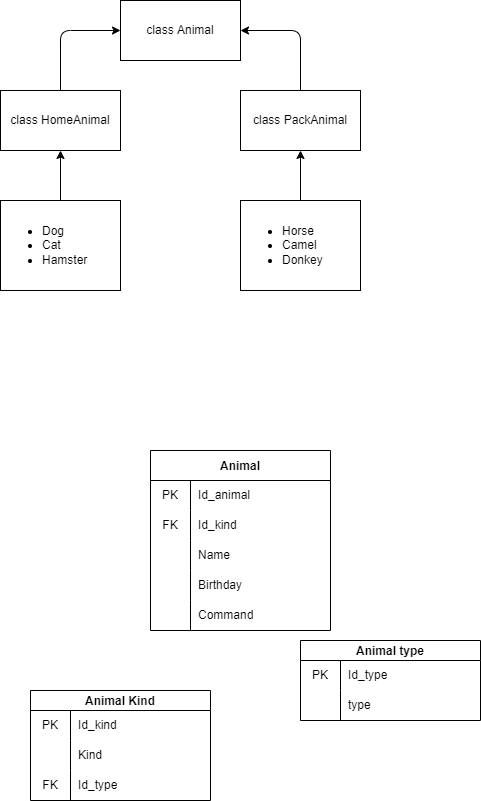
The draw.io diagram Diagram.drawio.png in StaciBunx/finaltest, before a commit. Source tidied: cells renumbered, new cells last; positions are measured from the earlier drawing's top-left corner, leaving out a move shared by most shapes. The source it was exported from:
```xml
<mxGraphModel>
  <root>
    <mxCell id="0" />
    <mxCell id="1" parent="0" />
    <mxCell id="2" value="class Animal" style="rounded=0;whiteSpace=wrap;html=1;" parent="1" vertex="1">
      <mxGeometry x="120" width="120" height="60" as="geometry" />
    </mxCell>
    <mxCell id="3" value="class HomeAnimal" style="rounded=0;whiteSpace=wrap;html=1;" parent="1" vertex="1">
      <mxGeometry y="90" width="120" height="60" as="geometry" />
    </mxCell>
    <mxCell id="4" value="class PackAnimal" style="rounded=0;whiteSpace=wrap;html=1;" parent="1" vertex="1">
      <mxGeometry x="240" y="90" width="120" height="60" as="geometry" />
    </mxCell>
    <mxCell id="5" style="edgeStyle=none;html=1;" parent="1" edge="1" source="6" target="3">
      <mxGeometry relative="1" as="geometry" />
    </mxCell>
    <mxCell id="6" value="&lt;div&gt;&lt;ul&gt;&lt;li&gt;Dog&lt;/li&gt;&lt;li&gt;Cat&lt;/li&gt;&lt;li&gt;Hamster&lt;/li&gt;&lt;/ul&gt;&lt;/div&gt;" style="rounded=0;whiteSpace=wrap;html=1;align=left;" parent="1" vertex="1">
      <mxGeometry y="200" width="120" height="90" as="geometry" />
    </mxCell>
    <mxCell id="7" style="edgeStyle=none;html=1;" parent="1" edge="1" source="8" target="4">
      <mxGeometry relative="1" as="geometry" />
    </mxCell>
    <mxCell id="8" value="&lt;ul&gt;&lt;li&gt;&lt;span style=&quot;background-color: initial;&quot;&gt;Horse&lt;/span&gt;&lt;/li&gt;&lt;li&gt;&lt;span style=&quot;background-color: initial;&quot;&gt;Camel&lt;/span&gt;&lt;br&gt;&lt;/li&gt;&lt;li&gt;Donkey&lt;br&gt;&lt;/li&gt;&lt;/ul&gt;" style="rounded=0;whiteSpace=wrap;html=1;align=left;" parent="1" vertex="1">
      <mxGeometry x="240" y="200" width="120" height="90" as="geometry" />
    </mxCell>
    <mxCell id="9" style="endArrow=classic;html=1;exitX=0.5;exitY=0;exitDx=0;exitDy=0;entryX=1;entryY=0.5;entryDx=0;entryDy=0;" parent="1" edge="1" source="4" target="2">
      <mxGeometry relative="1" as="geometry">
        <Array as="points">
          <mxPoint x="300" y="30" />
        </Array>
      </mxGeometry>
    </mxCell>
    <mxCell id="10" style="endArrow=classic;html=1;entryX=0;entryY=0.5;entryDx=0;entryDy=0;" parent="1" edge="1" target="2">
      <mxGeometry relative="1" as="geometry">
        <mxPoint x="60" y="90" as="sourcePoint" />
        <Array as="points">
          <mxPoint x="60" y="30" />
        </Array>
      </mxGeometry>
    </mxCell>
    <mxCell id="11" value="Animal" style="shape=table;startSize=30;rowLines=0;fontStyle=1;" parent="1" vertex="1">
      <mxGeometry x="150" y="450" width="180" height="180" as="geometry" />
    </mxCell>
    <mxCell id="12" style="shape=tableRow;horizontal=0;startSize=0;swimlaneHead=0;swimlaneBody=0;top=0;left=0;bottom=0;right=0;fillColor=none;" parent="11" vertex="1">
      <mxGeometry y="30" width="180" height="30" as="geometry" />
    </mxCell>
    <mxCell id="13" value="PK" style="shape=partialRectangle;html=1;whiteSpace=wrap;fillColor=none;top=0;left=0;bottom=0;right=0;overflow=hidden;" parent="12" vertex="1">
      <mxGeometry width="40" height="30" as="geometry" />
    </mxCell>
    <mxCell id="14" value="Id_animal&amp;nbsp;" style="shape=partialRectangle;html=1;whiteSpace=wrap;fillColor=none;top=0;left=0;bottom=0;right=0;align=left;spacingLeft=6;overflow=hidden;" parent="12" vertex="1">
      <mxGeometry x="40" width="140" height="30" as="geometry" />
    </mxCell>
    <mxCell id="15" style="shape=tableRow;horizontal=0;startSize=0;swimlaneHead=0;swimlaneBody=0;top=0;left=0;bottom=0;right=0;fillColor=none;points=[[0,0.5],[1,0.5]];portConstraint=eastwest;" parent="11" vertex="1">
      <mxGeometry y="60" width="180" height="30" as="geometry" />
    </mxCell>
    <mxCell id="16" value="FK" style="shape=partialRectangle;html=1;whiteSpace=wrap;fillColor=none;top=0;left=0;bottom=0;right=0;overflow=hidden;" parent="15" vertex="1">
      <mxGeometry width="40" height="30" as="geometry" />
    </mxCell>
    <mxCell id="17" value="Id_kind" style="shape=partialRectangle;html=1;whiteSpace=wrap;fillColor=none;top=0;left=0;bottom=0;right=0;align=left;spacingLeft=6;overflow=hidden;" parent="15" vertex="1">
      <mxGeometry x="40" width="140" height="30" as="geometry" />
    </mxCell>
    <mxCell id="18" style="shape=tableRow;horizontal=0;startSize=0;swimlaneHead=0;swimlaneBody=0;top=0;left=0;bottom=0;right=0;fillColor=none;" parent="11" vertex="1">
      <mxGeometry y="90" width="180" height="30" as="geometry" />
    </mxCell>
    <mxCell id="19" style="shape=partialRectangle;html=1;whiteSpace=wrap;fillColor=none;top=0;left=0;bottom=0;right=0;overflow=hidden;" parent="18" vertex="1">
      <mxGeometry width="40" height="30" as="geometry" />
    </mxCell>
    <mxCell id="20" value="Name" style="shape=partialRectangle;html=1;whiteSpace=wrap;fillColor=none;top=0;left=0;bottom=0;right=0;align=left;spacingLeft=6;overflow=hidden;" parent="18" vertex="1">
      <mxGeometry x="40" width="140" height="30" as="geometry" />
    </mxCell>
    <mxCell id="21" style="shape=tableRow;horizontal=0;startSize=0;swimlaneHead=0;swimlaneBody=0;top=0;left=0;bottom=0;right=0;fillColor=none;" parent="11" vertex="1">
      <mxGeometry y="120" width="180" height="30" as="geometry" />
    </mxCell>
    <mxCell id="22" style="shape=partialRectangle;html=1;whiteSpace=wrap;fillColor=none;top=0;left=0;bottom=0;right=0;overflow=hidden;" parent="21" vertex="1">
      <mxGeometry width="40" height="30" as="geometry" />
    </mxCell>
    <mxCell id="23" value="Birthday" style="shape=partialRectangle;html=1;whiteSpace=wrap;fillColor=none;top=0;left=0;bottom=0;right=0;align=left;spacingLeft=6;overflow=hidden;" parent="21" vertex="1">
      <mxGeometry x="40" width="140" height="30" as="geometry" />
    </mxCell>
    <mxCell id="24" style="shape=tableRow;horizontal=0;startSize=0;swimlaneHead=0;swimlaneBody=0;top=0;left=0;bottom=0;right=0;fillColor=none;" parent="11" vertex="1">
      <mxGeometry y="150" width="180" height="30" as="geometry" />
    </mxCell>
    <mxCell id="25" style="shape=partialRectangle;html=1;whiteSpace=wrap;fillColor=none;top=0;left=0;bottom=0;right=0;overflow=hidden;" parent="24" vertex="1">
      <mxGeometry width="40" height="30" as="geometry" />
    </mxCell>
    <mxCell id="26" value="Command" style="shape=partialRectangle;html=1;whiteSpace=wrap;fillColor=none;top=0;left=0;bottom=0;right=0;align=left;spacingLeft=6;overflow=hidden;" parent="24" vertex="1">
      <mxGeometry x="40" width="140" height="30" as="geometry" />
    </mxCell>
    <mxCell id="27" value="Animal Kind" style="shape=table;startSize=20;rowLines=0;fontStyle=1;" parent="1" vertex="1">
      <mxGeometry x="30" y="690" width="180" height="110" as="geometry" />
    </mxCell>
    <mxCell id="28" style="shape=tableRow;horizontal=0;startSize=0;swimlaneHead=0;swimlaneBody=0;top=0;left=0;bottom=0;right=0;fillColor=none;points=[[0,0.5],[1,0.5]];portConstraint=eastwest;" parent="27" vertex="1">
      <mxGeometry y="20" width="180" height="30" as="geometry" />
    </mxCell>
    <mxCell id="29" value="PK" style="shape=partialRectangle;html=1;whiteSpace=wrap;fillColor=none;top=0;left=0;bottom=0;right=0;overflow=hidden;" parent="28" vertex="1">
      <mxGeometry width="40" height="30" as="geometry" />
    </mxCell>
    <mxCell id="30" value="Id_kind" style="shape=partialRectangle;html=1;whiteSpace=wrap;fillColor=none;top=0;left=0;bottom=0;right=0;align=left;spacingLeft=6;overflow=hidden;" parent="28" vertex="1">
      <mxGeometry x="40" width="140" height="30" as="geometry" />
    </mxCell>
    <mxCell id="31" style="shape=tableRow;horizontal=0;startSize=0;swimlaneHead=0;swimlaneBody=0;top=0;left=0;bottom=0;right=0;fillColor=none;" parent="27" vertex="1">
      <mxGeometry y="50" width="180" height="30" as="geometry" />
    </mxCell>
    <mxCell id="32" style="shape=partialRectangle;html=1;whiteSpace=wrap;fillColor=none;top=0;left=0;bottom=0;right=0;overflow=hidden;" parent="31" vertex="1">
      <mxGeometry width="40" height="30" as="geometry" />
    </mxCell>
    <mxCell id="33" value="Kind" style="shape=partialRectangle;html=1;whiteSpace=wrap;fillColor=none;top=0;left=0;bottom=0;right=0;align=left;spacingLeft=6;overflow=hidden;" parent="31" vertex="1">
      <mxGeometry x="40" width="140" height="30" as="geometry" />
    </mxCell>
    <mxCell id="34" style="shape=tableRow;horizontal=0;startSize=0;swimlaneHead=0;swimlaneBody=0;top=0;left=0;bottom=0;right=0;fillColor=none;points=[[0,0.5],[1,0.5]];portConstraint=eastwest;" parent="27" vertex="1">
      <mxGeometry y="80" width="180" height="30" as="geometry" />
    </mxCell>
    <mxCell id="35" value="FK" style="shape=partialRectangle;html=1;whiteSpace=wrap;fillColor=none;top=0;left=0;bottom=0;right=0;overflow=hidden;" parent="34" vertex="1">
      <mxGeometry width="40" height="30" as="geometry" />
    </mxCell>
    <mxCell id="36" value="Id_type" style="shape=partialRectangle;html=1;whiteSpace=wrap;fillColor=none;top=0;left=0;bottom=0;right=0;align=left;spacingLeft=6;overflow=hidden;" parent="34" vertex="1">
      <mxGeometry x="40" width="140" height="30" as="geometry" />
    </mxCell>
    <mxCell id="37" value="Animal type" style="shape=table;startSize=20;rowLines=0;fontStyle=1;" parent="1" vertex="1">
      <mxGeometry x="300" y="640" width="180" height="80" as="geometry" />
    </mxCell>
    <mxCell id="38" style="shape=tableRow;horizontal=0;startSize=0;swimlaneHead=0;swimlaneBody=0;top=0;left=0;bottom=0;right=0;fillColor=none;points=[[0,0.5],[1,0.5]];portConstraint=eastwest;" parent="37" vertex="1">
      <mxGeometry y="20" width="180" height="30" as="geometry" />
    </mxCell>
    <mxCell id="39" value="PK" style="shape=partialRectangle;html=1;whiteSpace=wrap;fillColor=none;top=0;left=0;bottom=0;right=0;overflow=hidden;" parent="38" vertex="1">
      <mxGeometry width="40" height="30" as="geometry" />
    </mxCell>
    <mxCell id="40" value="Id_type" style="shape=partialRectangle;html=1;whiteSpace=wrap;fillColor=none;top=0;left=0;bottom=0;right=0;align=left;spacingLeft=6;overflow=hidden;" parent="38" vertex="1">
      <mxGeometry x="40" width="140" height="30" as="geometry" />
    </mxCell>
    <mxCell id="41" style="shape=tableRow;horizontal=0;startSize=0;swimlaneHead=0;swimlaneBody=0;top=0;left=0;bottom=0;right=0;fillColor=none;" parent="37" vertex="1">
      <mxGeometry y="50" width="180" height="30" as="geometry" />
    </mxCell>
    <mxCell id="42" style="shape=partialRectangle;html=1;whiteSpace=wrap;fillColor=none;top=0;left=0;bottom=0;right=0;overflow=hidden;" parent="41" vertex="1">
      <mxGeometry width="40" height="30" as="geometry" />
    </mxCell>
    <mxCell id="43" value="type" style="shape=partialRectangle;html=1;whiteSpace=wrap;fillColor=none;top=0;left=0;bottom=0;right=0;align=left;spacingLeft=6;overflow=hidden;" parent="41" vertex="1">
      <mxGeometry x="40" width="140" height="30" as="geometry" />
    </mxCell>
  </root>
</mxGraphModel>
```
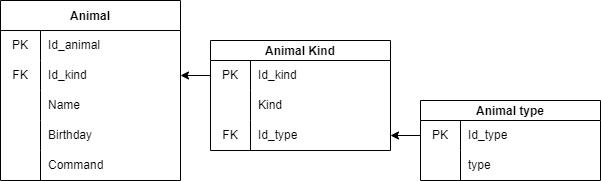
The same file after the commit.

The edit, as a diff of the source:
```diff
@@ -2,44 +2,8 @@
   <root>
     <mxCell id="0" />
     <mxCell id="1" parent="0" />
-    <mxCell id="2" value="class Animal" style="rounded=0;whiteSpace=wrap;html=1;" parent="1" vertex="1">
-      <mxGeometry x="120" width="120" height="60" as="geometry" />
-    </mxCell>
-    <mxCell id="3" value="class HomeAnimal" style="rounded=0;whiteSpace=wrap;html=1;" parent="1" vertex="1">
-      <mxGeometry y="90" width="120" height="60" as="geometry" />
-    </mxCell>
-    <mxCell id="4" value="class PackAnimal" style="rounded=0;whiteSpace=wrap;html=1;" parent="1" vertex="1">
-      <mxGeometry x="240" y="90" width="120" height="60" as="geometry" />
-    </mxCell>
-    <mxCell id="5" style="edgeStyle=none;html=1;" parent="1" edge="1" source="6" target="3">
-      <mxGeometry relative="1" as="geometry" />
-    </mxCell>
-    <mxCell id="6" value="&lt;div&gt;&lt;ul&gt;&lt;li&gt;Dog&lt;/li&gt;&lt;li&gt;Cat&lt;/li&gt;&lt;li&gt;Hamster&lt;/li&gt;&lt;/ul&gt;&lt;/div&gt;" style="rounded=0;whiteSpace=wrap;html=1;align=left;" parent="1" vertex="1">
-      <mxGeometry y="200" width="120" height="90" as="geometry" />
-    </mxCell>
-    <mxCell id="7" style="edgeStyle=none;html=1;" parent="1" edge="1" source="8" target="4">
-      <mxGeometry relative="1" as="geometry" />
-    </mxCell>
-    <mxCell id="8" value="&lt;ul&gt;&lt;li&gt;&lt;span style=&quot;background-color: initial;&quot;&gt;Horse&lt;/span&gt;&lt;/li&gt;&lt;li&gt;&lt;span style=&quot;background-color: initial;&quot;&gt;Camel&lt;/span&gt;&lt;br&gt;&lt;/li&gt;&lt;li&gt;Donkey&lt;br&gt;&lt;/li&gt;&lt;/ul&gt;" style="rounded=0;whiteSpace=wrap;html=1;align=left;" parent="1" vertex="1">
-      <mxGeometry x="240" y="200" width="120" height="90" as="geometry" />
-    </mxCell>
-    <mxCell id="9" style="endArrow=classic;html=1;exitX=0.5;exitY=0;exitDx=0;exitDy=0;entryX=1;entryY=0.5;entryDx=0;entryDy=0;" parent="1" edge="1" source="4" target="2">
-      <mxGeometry relative="1" as="geometry">
-        <Array as="points">
-          <mxPoint x="300" y="30" />
-        </Array>
-      </mxGeometry>
-    </mxCell>
-    <mxCell id="10" style="endArrow=classic;html=1;entryX=0;entryY=0.5;entryDx=0;entryDy=0;" parent="1" edge="1" target="2">
-      <mxGeometry relative="1" as="geometry">
-        <mxPoint x="60" y="90" as="sourcePoint" />
-        <Array as="points">
-          <mxPoint x="60" y="30" />
-        </Array>
-      </mxGeometry>
-    </mxCell>
     <mxCell id="11" value="Animal" style="shape=table;startSize=30;rowLines=0;fontStyle=1;" parent="1" vertex="1">
-      <mxGeometry x="150" y="450" width="180" height="180" as="geometry" />
+      <mxGeometry x="-80" y="410" width="180" height="180" as="geometry" />
     </mxCell>
     <mxCell id="12" style="shape=tableRow;horizontal=0;startSize=0;swimlaneHead=0;swimlaneBody=0;top=0;left=0;bottom=0;right=0;fillColor=none;" parent="11" vertex="1">
       <mxGeometry y="30" width="180" height="30" as="geometry" />
@@ -87,7 +51,7 @@
       <mxGeometry x="40" width="140" height="30" as="geometry" />
     </mxCell>
     <mxCell id="27" value="Animal Kind" style="shape=table;startSize=20;rowLines=0;fontStyle=1;" parent="1" vertex="1">
-      <mxGeometry x="30" y="690" width="180" height="110" as="geometry" />
+      <mxGeometry x="130" y="450" width="180" height="110" as="geometry" />
     </mxCell>
     <mxCell id="28" style="shape=tableRow;horizontal=0;startSize=0;swimlaneHead=0;swimlaneBody=0;top=0;left=0;bottom=0;right=0;fillColor=none;points=[[0,0.5],[1,0.5]];portConstraint=eastwest;" parent="27" vertex="1">
       <mxGeometry y="20" width="180" height="30" as="geometry" />
@@ -117,7 +81,7 @@
       <mxGeometry x="40" width="140" height="30" as="geometry" />
     </mxCell>
     <mxCell id="37" value="Animal type" style="shape=table;startSize=20;rowLines=0;fontStyle=1;" parent="1" vertex="1">
-      <mxGeometry x="300" y="640" width="180" height="80" as="geometry" />
+      <mxGeometry x="340" y="510" width="180" height="80" as="geometry" />
     </mxCell>
     <mxCell id="38" style="shape=tableRow;horizontal=0;startSize=0;swimlaneHead=0;swimlaneBody=0;top=0;left=0;bottom=0;right=0;fillColor=none;points=[[0,0.5],[1,0.5]];portConstraint=eastwest;" parent="37" vertex="1">
       <mxGeometry y="20" width="180" height="30" as="geometry" />
@@ -137,5 +101,11 @@
     <mxCell id="43" value="type" style="shape=partialRectangle;html=1;whiteSpace=wrap;fillColor=none;top=0;left=0;bottom=0;right=0;align=left;spacingLeft=6;overflow=hidden;" parent="41" vertex="1">
       <mxGeometry x="40" width="140" height="30" as="geometry" />
     </mxCell>
+    <mxCell id="44" style="endArrow=classic;html=1;exitX=0;exitY=0.5;exitDx=0;exitDy=0;entryX=1;entryY=0.5;entryDx=0;entryDy=0;" parent="1" edge="1" source="38" target="34">
+      <mxGeometry relative="1" as="geometry" />
+    </mxCell>
+    <mxCell id="45" style="endArrow=classic;html=1;exitX=0;exitY=0.5;exitDx=0;exitDy=0;entryX=1;entryY=0.5;entryDx=0;entryDy=0;" parent="1" edge="1" source="28" target="15">
+      <mxGeometry relative="1" as="geometry" />
+    </mxCell>
   </root>
 </mxGraphModel>
```
